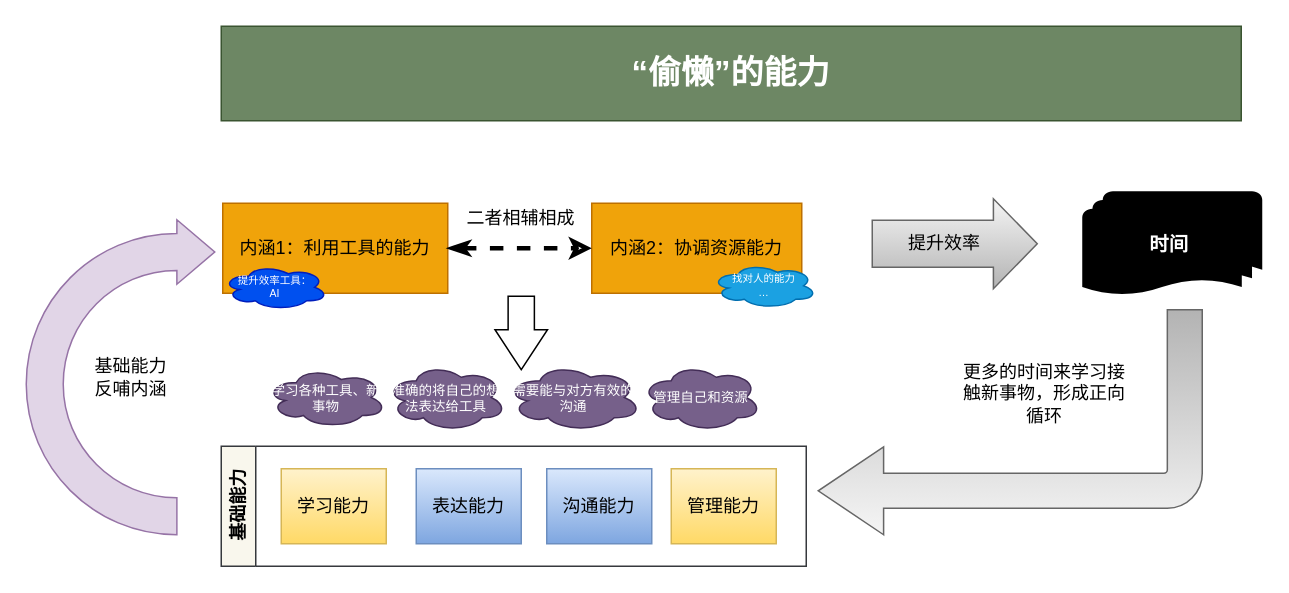
cwsheng/drawingio keeps this draw.io diagram as 会议.drawio. Above is the earlier version. Source tidied: cells renumbered, new cells numbered last; positions are measured from the earlier drawing's top-left corner, leaving out a move shared by most shapes. Both pictures are drawn from the tidied source at 150%, with x=0, y=0 at pixel (26, 26).
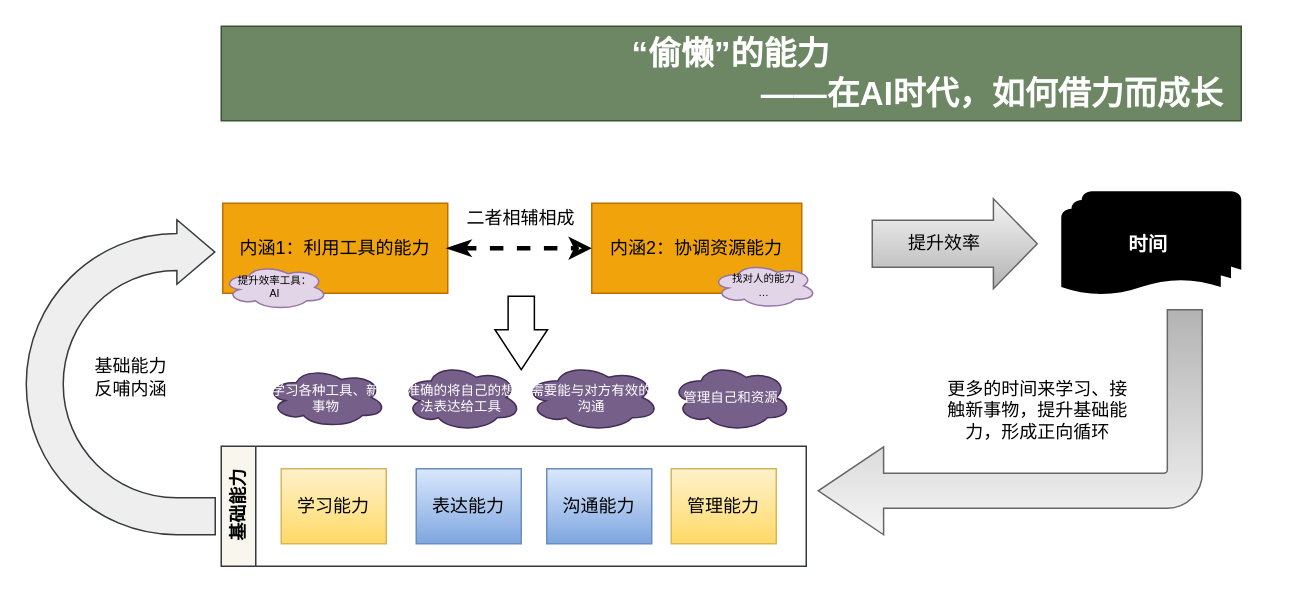
The same page after the edit.

Diff of the diagram source:
```diff
@@
-    <mxCell id="2" value="“偷懒”的能力" style="rounded=0;whiteSpace=wrap;html=1;fillColor=#6d8764;fontColor=#ffffff;strokeColor=#3A5431;fontStyle=1;fontSize=22;" parent="1" vertex="1">
+    <mxCell id="2" value="“偷懒”的能力&lt;br&gt;&amp;nbsp; &amp;nbsp; &amp;nbsp; &amp;nbsp; &amp;nbsp; &amp;nbsp; &amp;nbsp; &amp;nbsp; &amp;nbsp; &amp;nbsp; &amp;nbsp; &amp;nbsp; &amp;nbsp; &amp;nbsp; &amp;nbsp; &amp;nbsp; &amp;nbsp; &amp;nbsp; &amp;nbsp; &amp;nbsp; &amp;nbsp; &amp;nbsp; &amp;nbsp; &amp;nbsp; &amp;nbsp; &amp;nbsp; &amp;nbsp; &amp;nbsp; &amp;nbsp;——在AI时代，如何借力而成长" style="rounded=0;whiteSpace=wrap;html=1;fillColor=#6d8764;fontColor=#ffffff;strokeColor=#3A5431;fontStyle=1;fontSize=22;" parent="1" vertex="1">
       <mxGeometry x="130" width="680" height="63" as="geometry" />
     </mxCell>
@@
-    <mxCell id="5" value="提升效率工具：&lt;br&gt;AI" style="ellipse;shape=cloud;whiteSpace=wrap;html=1;fillColor=#0050ef;fontColor=#ffffff;strokeColor=#001DBC;fontSize=7;" parent="1" vertex="1">
+    <mxCell id="5" value="提升效率工具：&lt;br&gt;AI" style="ellipse;shape=cloud;whiteSpace=wrap;html=1;fillColor=#e1d5e7;strokeColor=#9673a6;fontSize=7;" parent="1" vertex="1">
       <mxGeometry x="131" y="159" width="70" height="30" as="geometry" />
     </mxCell>
-    <mxCell id="6" value="找对人的能力&lt;br&gt;…" style="ellipse;shape=cloud;whiteSpace=wrap;html=1;fontSize=7;fillColor=#1ba1e2;fontColor=#ffffff;strokeColor=#006EAF;" parent="1" vertex="1">
+    <mxCell id="6" value="找对人的能力&lt;br&gt;…" style="ellipse;shape=cloud;whiteSpace=wrap;html=1;fontSize=7;fillColor=#e1d5e7;strokeColor=#9673a6;" parent="1" vertex="1">
       <mxGeometry x="457" y="158" width="70" height="30" as="geometry" />
     </mxCell>
@@
     <mxCell id="8" value="时间&amp;nbsp;" style="strokeWidth=2;html=1;shape=mxgraph.flowchart.multi-document;whiteSpace=wrap;fontStyle=1;fontSize=13;fillColor=light-dark(#E51400,#B8B4C6);fontColor=#ffffff;strokeColor=none;shadow=0;gradientColor=light-dark(#000000,#000099);gradientDirection=east;" parent="1" vertex="1">
-      <mxGeometry x="704" y="110" width="120" height="70" as="geometry" />
+      <mxGeometry x="690" y="110" width="120" height="70" as="geometry" />
     </mxCell>
@@
-    <mxCell id="17" value="更多的时间来学习接触新事物，形成正向循环" style="text;html=1;whiteSpace=wrap;strokeColor=none;fillColor=none;align=center;verticalAlign=middle;rounded=0;" parent="1" vertex="1">
-      <mxGeometry x="624" y="225" width="110" height="40" as="geometry" />
+    <mxCell id="17" value="更多的时间来学习、接触新事物，提升基础能力，形成正向循环" style="text;html=1;whiteSpace=wrap;strokeColor=none;fillColor=none;align=center;verticalAlign=middle;rounded=0;" parent="1" vertex="1">
+      <mxGeometry x="609" y="236" width="131" height="40" as="geometry" />
     </mxCell>
@@
     <mxCell id="19" value="准确的将自己的想法表达给工具" style="ellipse;shape=cloud;whiteSpace=wrap;html=1;fontSize=9;fillColor=#76608a;fontColor=#ffffff;strokeColor=#432D57;" parent="1" vertex="1">
-      <mxGeometry x="240" y="225" width="80" height="45" as="geometry" />
+      <mxGeometry x="250" y="225" width="80" height="45" as="geometry" />
     </mxCell>
     <mxCell id="20" value="需要能与对方有效的沟通" style="ellipse;shape=cloud;whiteSpace=wrap;html=1;fontSize=9;fillColor=#76608a;fontColor=#ffffff;strokeColor=#432D57;" parent="1" vertex="1">
-      <mxGeometry x="320" y="225" width="90" height="45" as="geometry" />
+      <mxGeometry x="332" y="225" width="90" height="45" as="geometry" />
     </mxCell>
     <mxCell id="21" value="管理自己和资源" style="ellipse;shape=cloud;whiteSpace=wrap;html=1;fontSize=9;fillColor=#76608a;fontColor=#ffffff;strokeColor=#432D57;" parent="1" vertex="1">
-      <mxGeometry x="410" y="225" width="80" height="45" as="geometry" />
+      <mxGeometry x="430" y="225" width="80" height="45" as="geometry" />
     </mxCell>
@@
-    <mxCell id="24" style="html=1;shadow=0;dashed=0;align=center;verticalAlign=middle;shape=mxgraph.arrows2.uTurnArrow;dy=12.33;arrowHead=43;dx2=25.25;fillColor=#e1d5e7;strokeColor=#9673a6;" parent="1" vertex="1">
-      <mxGeometry y="129" width="70" height="210" as="geometry" />
+    <mxCell id="24" style="html=1;shadow=0;dashed=0;align=center;verticalAlign=middle;shape=mxgraph.arrows2.uTurnArrow;dy=12.33;arrowHead=43;dx2=25.25;fillColor=#eeeeee;strokeColor=#36393d;" parent="1" vertex="1">
+      <mxGeometry y="129" width="126" height="210" as="geometry" />
     </mxCell>
```
